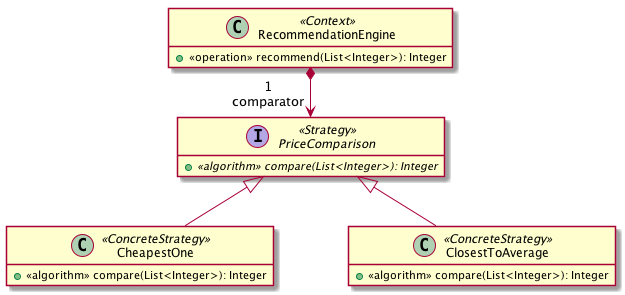
Earlier version of the PlantUML export comportement/strategy/uml/_example.png (ace-lectures/pattern-repository). Source of this version:
```plantuml
@startuml

skinparam nodesep 75
skinparam ranksep 50
hide empty members



class RecommendationEngine <<Context>>{
  + <<operation>> recommend(List<Integer>): Integer
}

interface PriceComparison <<Strategy>> {
  + {abstract} <<algorithm>> compare(List<Integer>): Integer
}

class CheapestOne <<ConcreteStrategy>> {
  + <<algorithm>> compare(List<Integer>): Integer
}

class ClosestToAverage <<ConcreteStrategy>> {
  + <<algorithm>> compare(List<Integer>): Integer
}

PriceComparison <|-- CheapestOne
PriceComparison <|-- ClosestToAverage

RecommendationEngine *--> "1\ncomparator" PriceComparison


@enduml
```
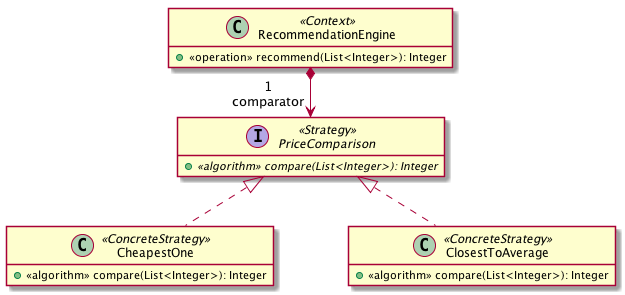
The same diagram one commit later.

Diff of the diagram source:
```diff
@@ -22,8 +22,8 @@
   + <<algorithm>> compare(List<Integer>): Integer
 }
 
-PriceComparison <|-- CheapestOne
-PriceComparison <|-- ClosestToAverage
+PriceComparison <|.. CheapestOne
+PriceComparison <|.. ClosestToAverage
 
 RecommendationEngine *--> "1\ncomparator" PriceComparison
 
```
